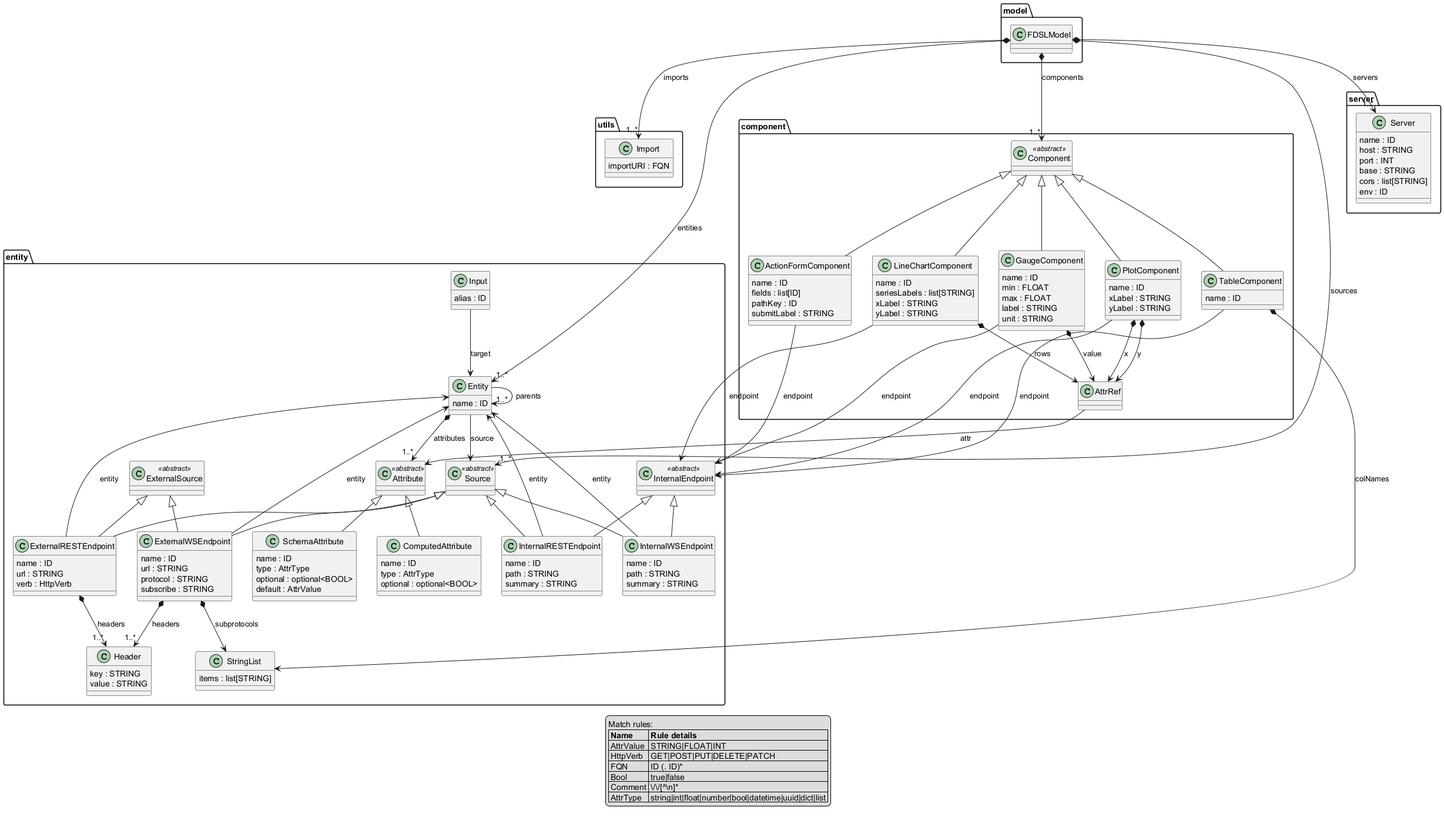
Earlier version of the PlantUML export docs/model_metamodel.png (fkatsaras/functionality-dsl).
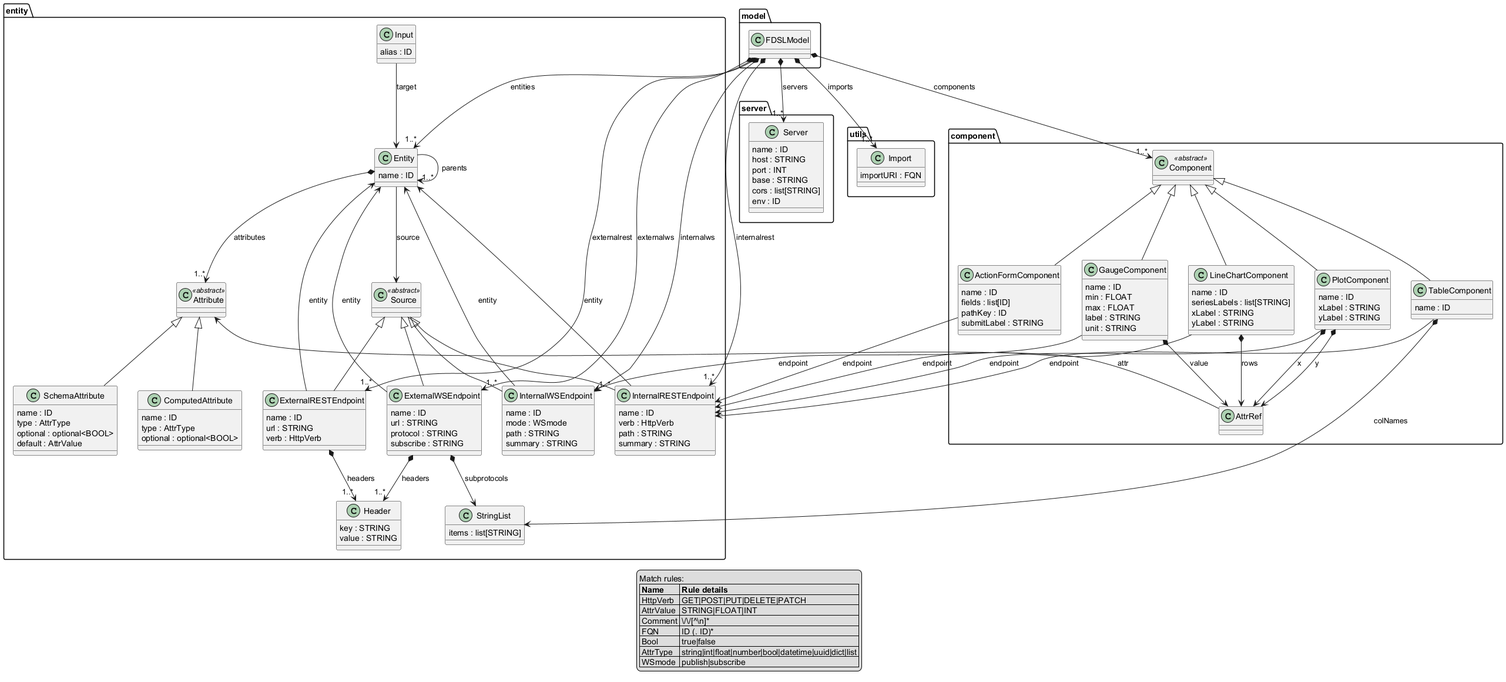
The same file after the commit.

What changed in the source:
```diff
@@ -45,10 +45,6 @@
 }
 
 
-class entity.ExternalSource <<abstract>> {
-}
-
-
 class entity.ExternalRESTEndpoint  {
   name : ID
   url : STRING
@@ -64,12 +60,9 @@
 }
 
 
-class entity.InternalEndpoint <<abstract>> {
-}
-
-
 class entity.InternalRESTEndpoint  {
   name : ID
+  verb : HttpVerb
   path : STRING
   summary : STRING
 }
@@ -77,6 +70,7 @@
 
 class entity.InternalWSEndpoint  {
   name : ID
+  mode : WSmode
   path : STRING
   summary : STRING
 }
@@ -150,7 +144,10 @@
 
 model.FDSLModel *--> "1..*" utils.Import: imports
 model.FDSLModel *--> "1..*" server.Server: servers
-model.FDSLModel *--> "1..*" entity.Source: sources
+model.FDSLModel *--> "1..*" entity.InternalRESTEndpoint: internalrest
+model.FDSLModel *--> "1..*" entity.InternalWSEndpoint: internalws
+model.FDSLModel *--> "1..*" entity.ExternalRESTEndpoint: externalrest
+model.FDSLModel *--> "1..*" entity.ExternalWSEndpoint: externalws
 model.FDSLModel *--> "1..*" entity.Entity: entities
 model.FDSLModel *--> "1..*" component.Component: components
 entity.Attribute <|-- entity.ComputedAttribute
@@ -163,15 +160,11 @@
 entity.Source <|-- entity.InternalWSEndpoint
 entity.Source <|-- entity.ExternalRESTEndpoint
 entity.Source <|-- entity.ExternalWSEndpoint
-entity.ExternalSource <|-- entity.ExternalRESTEndpoint
-entity.ExternalSource <|-- entity.ExternalWSEndpoint
 entity.ExternalRESTEndpoint *--> "1..*" entity.Header: headers
 entity.ExternalRESTEndpoint -->  entity.Entity: entity
 entity.ExternalWSEndpoint *-->  entity.StringList: subprotocols
 entity.ExternalWSEndpoint *--> "1..*" entity.Header: headers
 entity.ExternalWSEndpoint -->  entity.Entity: entity
-entity.InternalEndpoint <|-- entity.InternalRESTEndpoint
-entity.InternalEndpoint <|-- entity.InternalWSEndpoint
 entity.InternalRESTEndpoint -->  entity.Entity: entity
 entity.InternalWSEndpoint -->  entity.Entity: entity
 component.AttrRef -->  entity.Attribute: attr
@@ -180,26 +173,27 @@
 component.Component <|-- component.ActionFormComponent
 component.Component <|-- component.GaugeComponent
 component.Component <|-- component.PlotComponent
-component.TableComponent -->  entity.InternalEndpoint: endpoint
+component.TableComponent -->  entity.InternalRESTEndpoint: endpoint
 component.TableComponent *-->  entity.StringList: colNames
-component.LineChartComponent -->  entity.InternalEndpoint: endpoint
+component.LineChartComponent -->  entity.InternalRESTEndpoint: endpoint
 component.LineChartComponent *-->  component.AttrRef: rows
-component.GaugeComponent -->  entity.InternalEndpoint: endpoint
+component.GaugeComponent -->  entity.InternalWSEndpoint: endpoint
 component.GaugeComponent *-->  component.AttrRef: value
-component.ActionFormComponent -->  entity.InternalEndpoint: endpoint
-component.PlotComponent -->  entity.InternalEndpoint: endpoint
+component.ActionFormComponent -->  entity.InternalRESTEndpoint: endpoint
+component.PlotComponent -->  entity.InternalRESTEndpoint: endpoint
 component.PlotComponent *-->  component.AttrRef: x
 component.PlotComponent *-->  component.AttrRef: y
 
 legend
   Match rules:
   |= Name  |= Rule details |
+  | HttpVerb | GET\|POST\|PUT\|DELETE\|PATCH |
   | AttrValue | STRING\|FLOAT\|INT |
-  | HttpVerb | GET\|POST\|PUT\|DELETE\|PATCH |
+  | Comment | \\/\\/[^\\n]* |
   | FQN | ID (. ID)* |
   | Bool | true\|false |
-  | Comment | \\/\\/[^\\n]* |
   | AttrType | string\|int\|float\|number\|bool\|datetime\|uuid\|dict\|list |
+  | WSmode | publish\|subscribe |
 end legend
 
 @enduml
```
